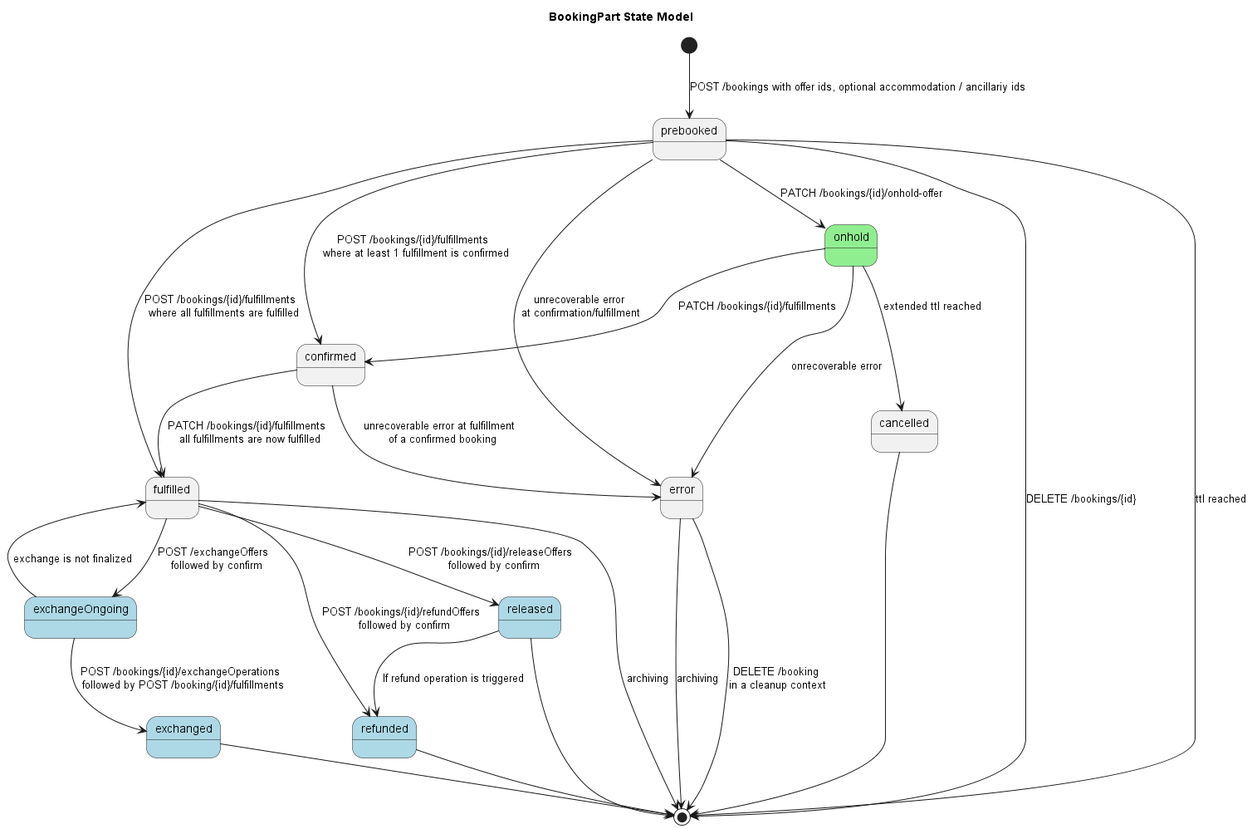
UnionInternationalCheminsdeFer/OSDM keeps this PlantUML diagram as images/models/booking-state-model.png. Above is the earlier version.
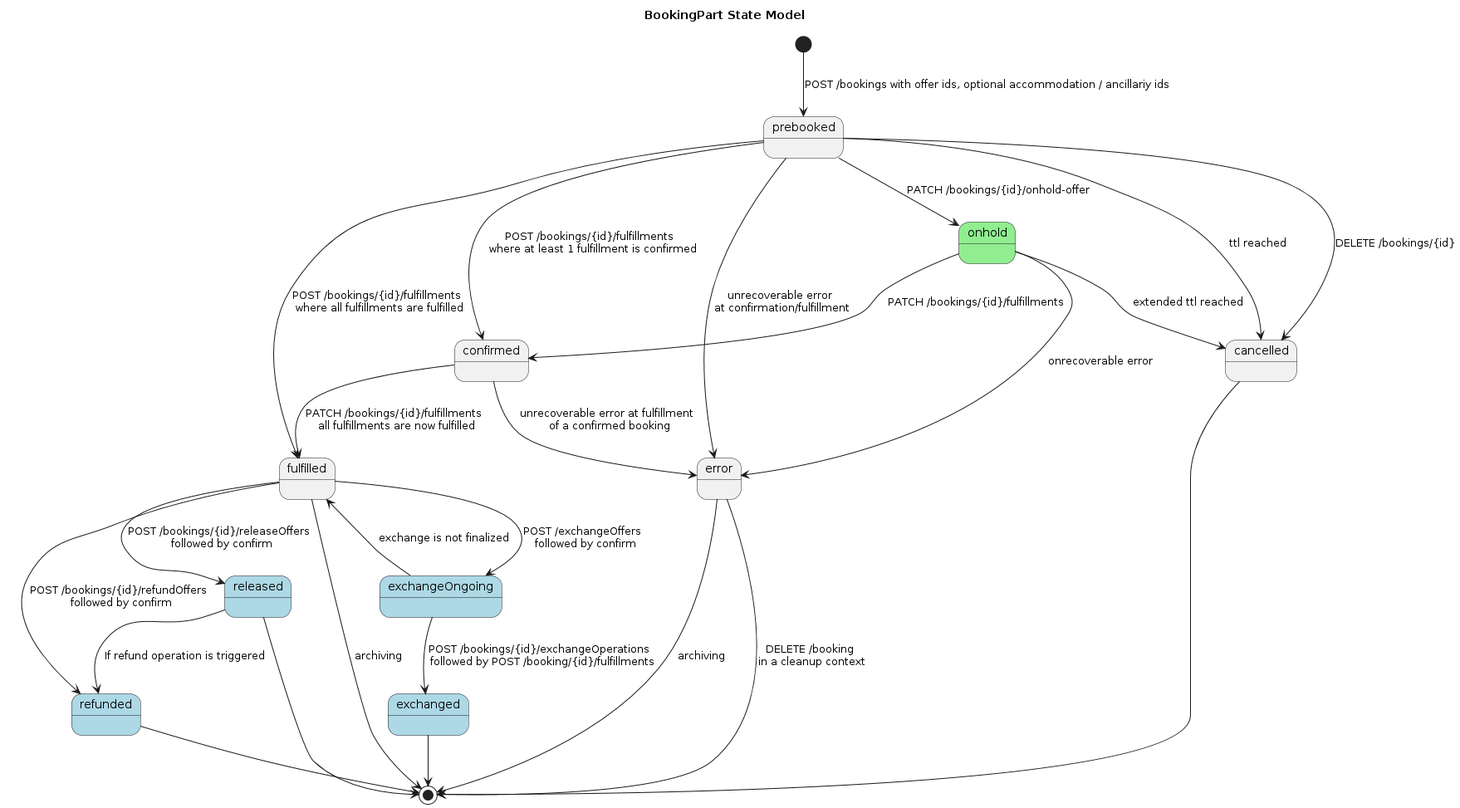
The same file after the commit.

Diff of the diagram source:
```diff
@@ -1,5 +1,4 @@
 @startuml
-
 title "BookingPart State Model"
 
 state onhold #LightGreen
@@ -11,8 +10,8 @@
 
 [*] --> prebooked : POST /bookings with offer ids, optional accommodation / ancillariy ids
 prebooked --> confirmed: POST /bookings/{id}/fulfillments \n where at least 1 fulfillment is confirmed
-prebooked --> [*]: DELETE /bookings/{id}
-prebooked --> [*]: ttl reached
+prebooked --> cancelled: DELETE /bookings/{id}
+prebooked --> cancelled: ttl reached
 prebooked --> error: unrecoverable error \nat confirmation/fulfillment
 prebooked --> fulfilled: POST /bookings/{id}/fulfillments \n where all fulfillments are fulfilled
 prebooked --> onhold: PATCH /bookings/{id}/onhold-offer
@@ -43,5 +42,4 @@
 
 error --> [*] : DELETE /booking \nin a cleanup context
 error --> [*] : archiving
-
 @enduml
```
